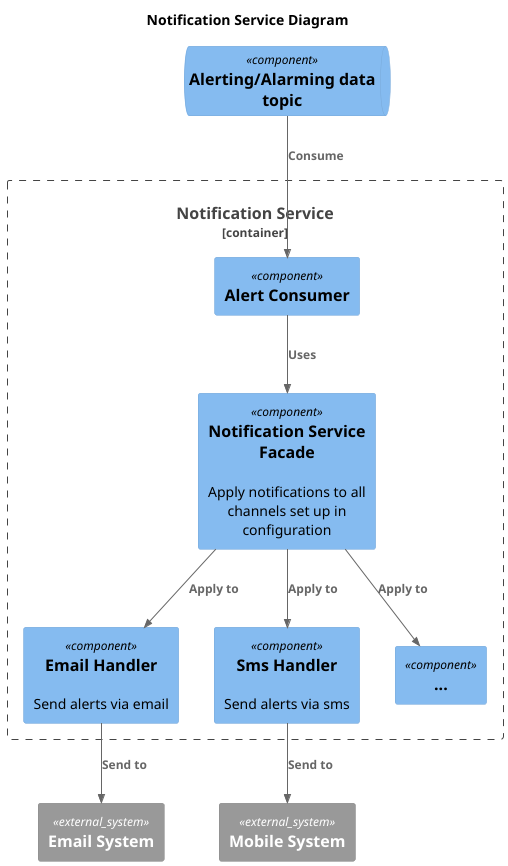
Above: diagrams/component/notification-Notification_Service_Diagram.png in dima9478/arcihecture-sprint-3 (PlantUML), before the change. Source of this version:
```plantuml
@startuml
title Notification Service Diagram
top to bottom direction

!include https://raw.githubusercontent.com/plantuml-stdlib/C4-PlantUML/master/C4_Component.puml
Container_Boundary(NotificationSvc, "Notification Service") {
   Component(AlertsConsumer, "Alert Consumer")
   Component(NotificationHandlerFacade, "Notification Service Facade", "", "Apply notifications to all channels set up in configuration")
   Component(EmailHandler, "Email Handler", "", "Send alerts via email")
   Component(SMSHandler, "Sms Handler", "", "Send alerts via sms")
   Component(..., "...")
}

ComponentQueue(AlertingQ, "Alerting/Alarming data topic")
System_Ext(EmailSystem, "Email System")
System_Ext(MobileSystem, "Mobile System")

Rel(AlertingQ, AlertsConsumer, "Consume")
Rel(AlertsConsumer, NotificationHandlerFacade, "Uses")
Rel(NotificationHandlerFacade, EmailHandler, "Apply to")
Rel(NotificationHandlerFacade, SMSHandler, "Apply to")
Rel(NotificationHandlerFacade, ..., "Apply to")
Rel(EmailHandler, EmailSystem, "Send to")
Rel(SMSHandler, MobileSystem, "Send to")
@enduml
```
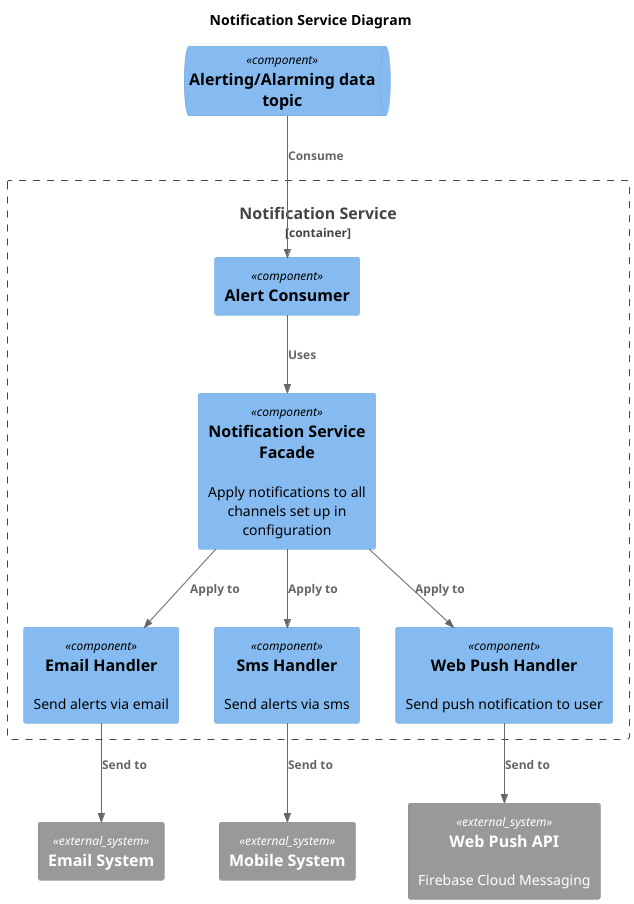
The same file after the commit.

Commit message:
Update diagrams, add domains short description

The edit, as a diff of the source:
```diff
@@ -8,18 +8,20 @@
    Component(NotificationHandlerFacade, "Notification Service Facade", "", "Apply notifications to all channels set up in configuration")
    Component(EmailHandler, "Email Handler", "", "Send alerts via email")
    Component(SMSHandler, "Sms Handler", "", "Send alerts via sms")
-   Component(..., "...")
+   Component(WebPushHandler, "Web Push Handler", "", "Send push notification to user")
 }
 
 ComponentQueue(AlertingQ, "Alerting/Alarming data topic")
 System_Ext(EmailSystem, "Email System")
 System_Ext(MobileSystem, "Mobile System")
+System_Ext(WebPushAPI, "Web Push API", "Firebase Cloud Messaging")
 
 Rel(AlertingQ, AlertsConsumer, "Consume")
 Rel(AlertsConsumer, NotificationHandlerFacade, "Uses")
 Rel(NotificationHandlerFacade, EmailHandler, "Apply to")
 Rel(NotificationHandlerFacade, SMSHandler, "Apply to")
-Rel(NotificationHandlerFacade, ..., "Apply to")
+Rel(NotificationHandlerFacade, WebPushHandler, "Apply to")
 Rel(EmailHandler, EmailSystem, "Send to")
 Rel(SMSHandler, MobileSystem, "Send to")
+Rel(WebPushHandler, WebPushAPI, "Send to")
 @enduml
```
